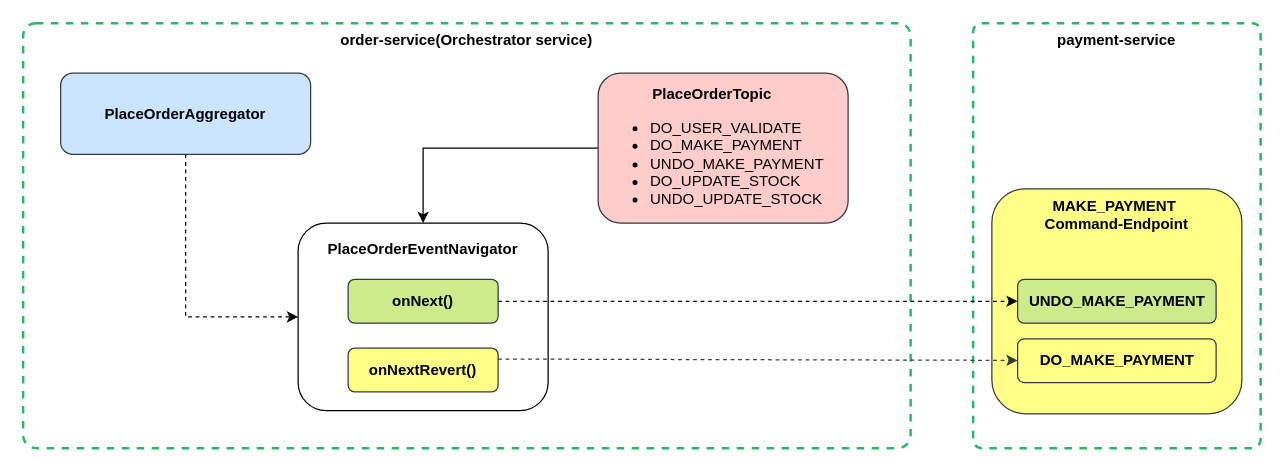
This is page "overview" (1 of 18) of resources/stacksaga-kafka-engine.drawio from stacksaga/stacksaga-docs, a draw.io file, before an edit. Source tidied: cells renumbered, new cells numbered last; positions are measured from the earlier drawing's top-left corner, leaving out a move shared by most shapes. Both pictures are drawn from the tidied source at 125%, with x=0, y=0 at pixel (22, 22).
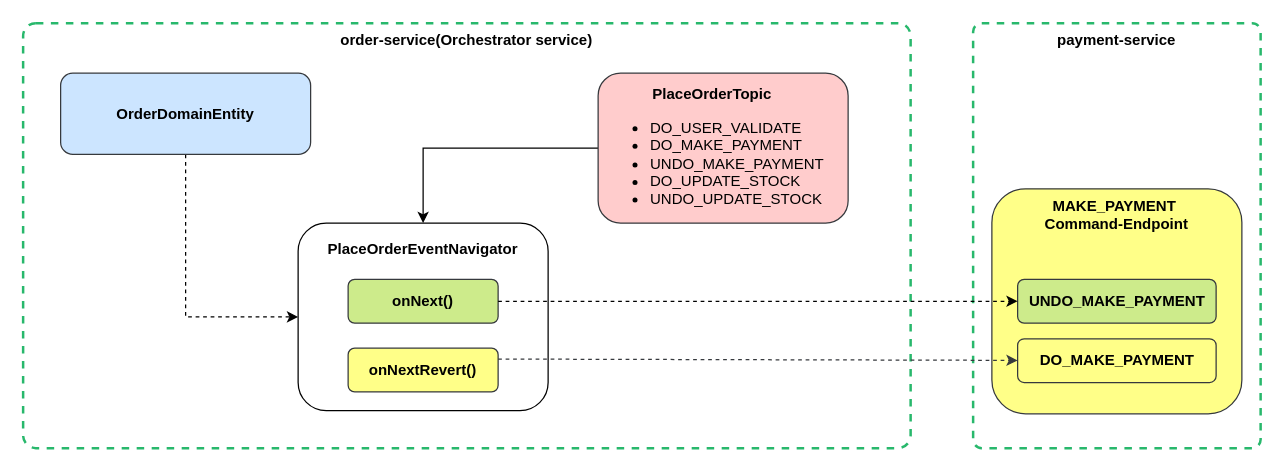
The same page after the edit.

What changed in the source:
```diff
@@
 <mxGraphModel>
   <root>
     <mxCell id="0" />
     <mxCell id="1" parent="0" />
     <mxCell id="2" value="&lt;b&gt;order-service(Orchestrator service)&lt;/b&gt;" style="rounded=1;whiteSpace=wrap;html=1;fillColor=none;strokeColor=#28B86C;verticalAlign=top;strokeWidth=2;dashed=1;arcSize=3;" parent="1" vertex="1">
       <mxGeometry width="710" height="340" as="geometry" />
     </mxCell>
     <mxCell id="3" value="&lt;b&gt;payment-service&lt;/b&gt;" style="rounded=1;whiteSpace=wrap;html=1;fillColor=none;strokeColor=#28B86C;verticalAlign=top;strokeWidth=2;dashed=1;arcSize=3;" parent="1" vertex="1">
       <mxGeometry x="760" width="230" height="340" as="geometry" />
     </mxCell>
     <mxCell id="4" style="edgeStyle=orthogonalEdgeStyle;rounded=0;jettySize=auto;html=1;entryX=0.5;entryY=0;entryDx=0;entryDy=0;" parent="1" edge="1" source="5" target="6">
       <mxGeometry relative="1" as="geometry" />
     </mxCell>
     <mxCell id="5" value="&lt;div style=&quot;text-align: center;&quot;&gt;&lt;span style=&quot;background-color: transparent; color: light-dark(rgb(0, 0, 0), rgb(255, 255, 255));&quot;&gt;&lt;b&gt;PlaceOrderTopic&lt;/b&gt;&lt;/span&gt;&lt;/div&gt;&lt;div&gt;&lt;ul&gt;&lt;li&gt;DO_USER_VALIDATE&lt;/li&gt;&lt;li&gt;DO_MAKE_PAYMENT&lt;/li&gt;&lt;li&gt;UNDO_MAKE_PAYMENT&lt;/li&gt;&lt;li&gt;DO_UPDATE_STOCK&lt;/li&gt;&lt;li&gt;UNDO_UPDATE_STOCK&lt;/li&gt;&lt;/ul&gt;&lt;/div&gt;" style="rounded=1;whiteSpace=wrap;html=1;align=left;spacingTop=9;fillColor=#ffcccc;strokeColor=#36393d;" parent="1" vertex="1">
       <mxGeometry x="460" y="40" width="200" height="120" as="geometry" />
     </mxCell>
     <mxCell id="6" value="&lt;b&gt;PlaceOrderEventNavigator&lt;/b&gt;" style="rounded=1;whiteSpace=wrap;html=1;verticalAlign=top;spacingTop=7;" parent="1" vertex="1">
       <mxGeometry x="220" y="160" width="200" height="150" as="geometry" />
     </mxCell>
     <mxCell id="7" style="edgeStyle=orthogonalEdgeStyle;rounded=0;jettySize=auto;html=1;entryX=0;entryY=0.5;entryDx=0;entryDy=0;dashed=1;" parent="1" edge="1" source="8" target="6">
       <mxGeometry relative="1" as="geometry" />
     </mxCell>
-    <mxCell id="8" value="&lt;b&gt;PlaceOrderAggregator&lt;/b&gt;" style="rounded=1;whiteSpace=wrap;html=1;fillColor=#cce5ff;strokeColor=#36393d;" parent="1" vertex="1">
+    <mxCell id="8" value="&lt;b&gt;OrderDomainEntity&lt;/b&gt;" style="rounded=1;whiteSpace=wrap;html=1;fillColor=#cce5ff;strokeColor=#36393d;" parent="1" vertex="1">
       <mxGeometry x="30" y="40" width="200" height="65" as="geometry" />
     </mxCell>
     <mxCell id="9" value="onNext()" style="rounded=1;whiteSpace=wrap;html=1;fontStyle=1;fillColor=#cdeb8b;strokeColor=#36393d;" parent="1" vertex="1">
       <mxGeometry x="260" y="205" width="120" height="35" as="geometry" />
     </mxCell>
     <mxCell id="10" value="&lt;b&gt;onNextRevert()&lt;/b&gt;" style="rounded=1;whiteSpace=wrap;html=1;fillColor=#ffff88;strokeColor=#36393d;" parent="1" vertex="1">
       <mxGeometry x="260" y="260" width="120" height="35" as="geometry" />
     </mxCell>
     <mxCell id="11" value="MAKE_PAYMENT&amp;nbsp;&lt;div&gt;Command-Endpoint&lt;/div&gt;" style="rounded=1;whiteSpace=wrap;html=1;fontStyle=1;arcSize=15;verticalAlign=top;fillColor=#ffff88;strokeColor=#36393d;" parent="1" vertex="1">
       <mxGeometry x="775" y="132.5" width="200" height="180" as="geometry" />
     </mxCell>
     <mxCell id="12" value="UNDO_MAKE_PAYMENT" style="rounded=1;whiteSpace=wrap;html=1;fontStyle=1;fillColor=#cdeb8b;strokeColor=#36393d;" parent="1" vertex="1">
       <mxGeometry x="795.6" y="205" width="158.8" height="35" as="geometry" />
     </mxCell>
     <mxCell id="13" value="DO_MAKE_PAYMENT" style="rounded=1;whiteSpace=wrap;html=1;fontStyle=1;fillColor=#ffff88;strokeColor=#36393d;" parent="1" vertex="1">
       <mxGeometry x="795.6" y="252.5" width="158.8" height="35" as="geometry" />
     </mxCell>
     <mxCell id="14" style="rounded=0;jettySize=auto;html=1;entryX=0;entryY=0.5;entryDx=0;entryDy=0;exitX=1;exitY=0.5;exitDx=0;exitDy=0;dashed=1;" parent="1" edge="1" source="9" target="12">
       <mxGeometry relative="1" as="geometry" />
     </mxCell>
     <mxCell id="15" style="rounded=0;jettySize=auto;html=1;exitX=1;exitY=0.25;exitDx=0;exitDy=0;dashed=1;fillColor=#ffff88;strokeColor=#36393d;" parent="1" edge="1" source="10" target="13">
       <mxGeometry relative="1" as="geometry" />
     </mxCell>
   </root>
 </mxGraphModel>
```
